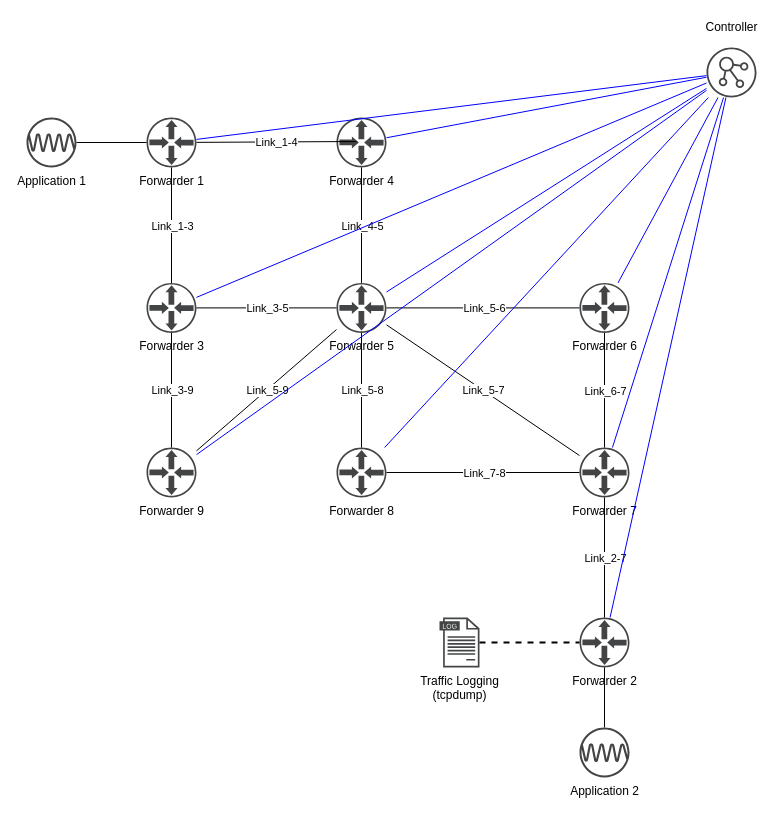
The draw.io diagram Topology.drawio in cianmawhinney/CSU33031-Assignment-2, before the edit. Source tidied: cells renumbered, new cells numbered last; positions are measured from the earlier drawing's top-left corner, leaving out a move shared by most shapes. Both pictures are drawn from the tidied source at 100%, with x=0, y=0 at pixel (26, 17).
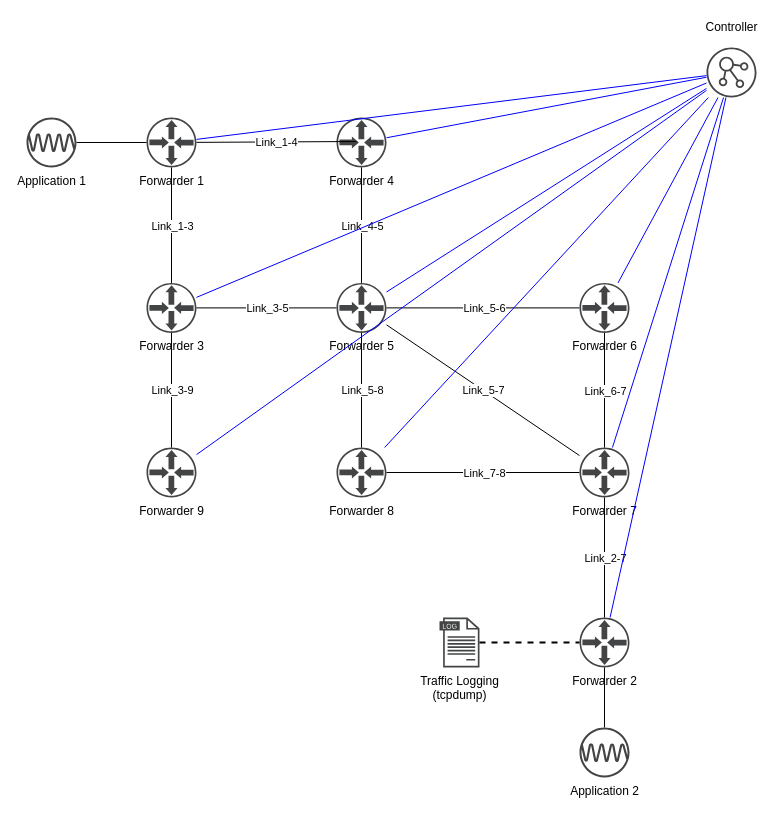
The same page after the edit.

Commit message (it also covers changes not shown here):
Correct the hardcoded topology

Unchanged cells that the change refers to:
```xml
<mxCell id="14" value="Forwarder 5" style="shadow=0;dashed=0;html=1;strokeColor=none;fillColor=#434445;labelPosition=center;verticalLabelPosition=bottom;verticalAlign=top;align=center;outlineConnect=0;shape=mxgraph.vvd.physical_upstream_router;" parent="1" vertex="1">
  <mxGeometry x="310" y="265.4" width="50" height="50" as="geometry" />
</mxCell>
<mxCell id="17" value="Forwarder 9" style="shadow=0;dashed=0;html=1;strokeColor=none;fillColor=#434445;labelPosition=center;verticalLabelPosition=bottom;verticalAlign=top;align=center;outlineConnect=0;shape=mxgraph.vvd.physical_upstream_router;" parent="1" vertex="1">
  <mxGeometry x="120" y="430" width="50" height="50" as="geometry" />
</mxCell>
```

Change to the diagram source:
```diff
@@
-    <mxCell id="38" style="endArrow=none;html=1;endFill=0;" parent="1" edge="1" source="17" target="14">
-      <mxGeometry relative="1" as="geometry" />
-    </mxCell>
-    <mxCell id="39" value="Link_5-9" style="edgeLabel;html=1;align=center;verticalAlign=middle;" parent="38" vertex="1">
-      <mxGeometry relative="1" as="geometry" />
-    </mxCell>
```
